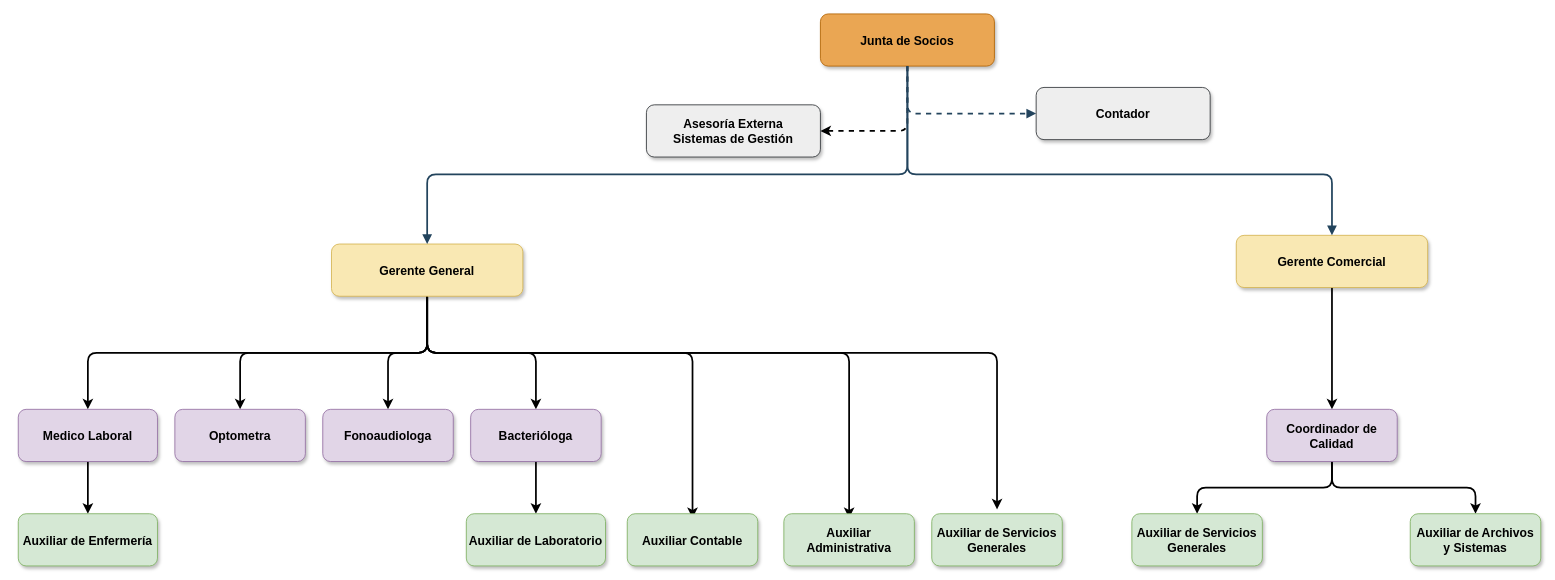
Above: Diagrama sin título.drawio in kevinjporto/Diagramas-de-procesos (draw.io), before the change. Source tidied: cells renumbered, new cells numbered last; positions are measured from the earlier drawing's top-left corner, leaving out a move shared by most shapes. Both pictures are drawn from the tidied source at 87%, with x=0, y=0 at pixel (17, 14).
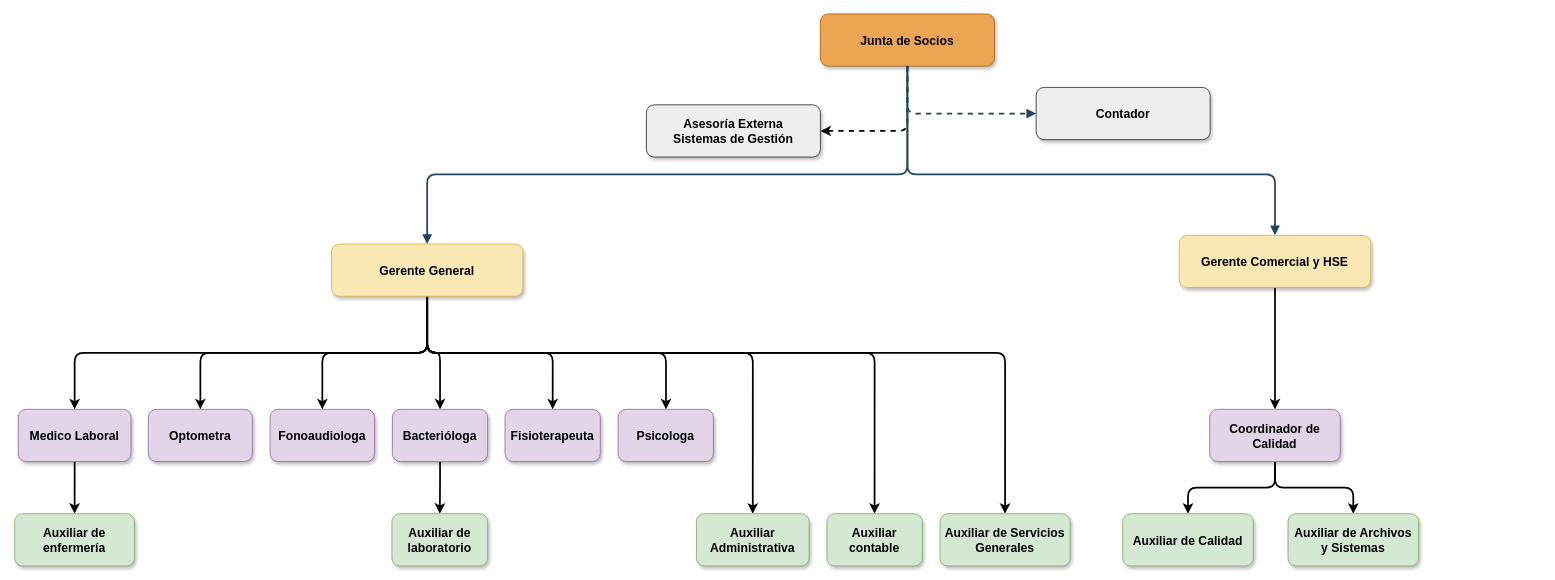
The same page after the edit.

The edit, as a diff of the source:
```diff
@@
-    <mxCell id="8" style="edgeStyle=orthogonalEdgeStyle;shape=connector;curved=0;rounded=1;orthogonalLoop=1;jettySize=auto;html=1;strokeColor=default;strokeWidth=2;align=center;verticalAlign=middle;fontFamily=Helvetica;fontSize=11;fontColor=default;labelBackgroundColor=default;endArrow=classic;entryX=0.5;entryY=0;entryDx=0;entryDy=0;" parent="1" edge="1">
-      <mxGeometry relative="1" as="geometry">
-        <mxPoint x="470.5" y="324" as="sourcePoint" />
-        <mxPoint x="775.5" y="579" as="targetPoint" />
-        <Array as="points">
-          <mxPoint x="470.5" y="389" />
-          <mxPoint x="775.5" y="389" />
-        </Array>
-      </mxGeometry>
-    </mxCell>
-    <mxCell id="9" style="edgeStyle=orthogonalEdgeStyle;shape=connector;curved=0;rounded=1;orthogonalLoop=1;jettySize=auto;html=1;entryX=0.5;entryY=0;entryDx=0;entryDy=0;strokeColor=default;strokeWidth=2;align=center;verticalAlign=middle;fontFamily=Helvetica;fontSize=11;fontColor=default;labelBackgroundColor=default;endArrow=classic;" parent="1" edge="1">
+    <mxCell id="9" style="edgeStyle=orthogonalEdgeStyle;shape=connector;curved=0;rounded=1;jettySize=auto;html=1;entryX=0.5;entryY=0;entryDx=0;entryDy=0;strokeColor=default;strokeWidth=2;align=center;verticalAlign=middle;fontFamily=Helvetica;fontSize=11;fontColor=default;labelBackgroundColor=default;endArrow=classic;" parent="1" edge="1" target="34">
       <mxGeometry relative="1" as="geometry">
         <mxPoint x="470.5" y="324" as="sourcePoint" />
-        <mxPoint x="955.5" y="579" as="targetPoint" />
         <Array as="points">
-          <mxPoint x="470.5" y="389" />
-          <mxPoint x="955.5" y="389" />
+          <mxPoint x="471" y="389" />
+          <mxPoint x="845" y="389" />
         </Array>
       </mxGeometry>
     </mxCell>
-    <mxCell id="10" style="edgeStyle=orthogonalEdgeStyle;shape=connector;curved=0;rounded=1;orthogonalLoop=1;jettySize=auto;html=1;strokeColor=default;strokeWidth=2;align=center;verticalAlign=middle;fontFamily=Helvetica;fontSize=11;fontColor=default;labelBackgroundColor=default;endArrow=classic;entryX=0.5;entryY=0;entryDx=0;entryDy=0;" parent="1" edge="1">
+    <mxCell id="10" style="edgeStyle=orthogonalEdgeStyle;shape=connector;curved=0;rounded=1;jettySize=auto;html=1;strokeColor=default;strokeWidth=2;align=center;verticalAlign=middle;fontFamily=Helvetica;fontSize=11;fontColor=default;labelBackgroundColor=default;endArrow=classic;entryX=0.5;entryY=0;entryDx=0;entryDy=0;" parent="1" edge="1" target="27">
       <mxGeometry relative="1" as="geometry">
         <mxPoint x="470.5" y="314" as="sourcePoint" />
-        <mxPoint x="1125.5" y="569" as="targetPoint" />
         <Array as="points">
-          <mxPoint x="470.5" y="389" />
-          <mxPoint x="1125.5" y="389" />
+          <mxPoint x="471" y="389" />
+          <mxPoint x="985" y="389" />
         </Array>
       </mxGeometry>
     </mxCell>
+    <mxCell id="35" style="edgeStyle=orthogonalEdgeStyle;rounded=1;jettySize=auto;html=1;strokeWidth=2;curved=0;entryX=0.5;entryY=0;entryDx=0;entryDy=0;" parent="1" edge="1" target="38">
+      <mxGeometry relative="1" as="geometry">
+        <mxPoint x="470.5" y="318" as="sourcePoint" />
+        <Array as="points">
+          <mxPoint x="471" y="389" />
+          <mxPoint x="615" y="389" />
+        </Array>
+      </mxGeometry>
+    </mxCell>
+    <mxCell id="36" style="edgeStyle=orthogonalEdgeStyle;rounded=1;jettySize=auto;html=1;strokeWidth=2;curved=0;" parent="1" edge="1" target="39">
+      <mxGeometry relative="1" as="geometry">
+        <mxPoint x="470.5" y="319" as="sourcePoint" />
+        <Array as="points">
+          <mxPoint x="471" y="389" />
+          <mxPoint x="745" y="389" />
+        </Array>
+      </mxGeometry>
+    </mxCell>
+    <mxCell id="37" style="edgeStyle=orthogonalEdgeStyle;rounded=1;jettySize=auto;html=1;curved=0;strokeWidth=2;exitX=0.5;exitY=1;exitDx=0;exitDy=0;entryX=0.5;entryY=0;entryDx=0;entryDy=0;" parent="1" edge="1" target="28">
+      <mxGeometry relative="1" as="geometry">
+        <mxPoint x="470.5" y="329" as="sourcePoint" />
+        <Array as="points">
+          <mxPoint x="471" y="389" />
+          <mxPoint x="1135" y="389" />
+        </Array>
+      </mxGeometry>
+    </mxCell>
@@
     <mxCell id="13" value="Medico Laboral" style="rounded=1;fillColor=#e1d5e7;strokeColor=#9673a6;shadow=1;fontStyle=1;fontSize=14;" parent="1" vertex="1">
-      <mxGeometry x="0.5" y="454" width="160" height="60" as="geometry" />
+      <mxGeometry x="0.5" y="454" width="129.5" height="60" as="geometry" />
     </mxCell>
     <mxCell id="14" value="Optometra" style="rounded=1;fillColor=#e1d5e7;strokeColor=#9673a6;shadow=1;fontStyle=1;fontSize=14;" parent="1" vertex="1">
-      <mxGeometry x="180.5" y="454" width="150" height="60" as="geometry" />
+      <mxGeometry x="150" y="454" width="119.5" height="60" as="geometry" />
     </mxCell>
@@
-    <mxCell id="19" value="Gerente Comercial" style="rounded=1;fillColor=light-dark(#f9e8b3, #281d00);strokeColor=#d6b656;shadow=1;gradientColor=none;fontStyle=1;fontColor=default;fontSize=14;align=center;verticalAlign=middle;fontFamily=Helvetica;" parent="1" vertex="1">
-      <mxGeometry x="1400.5" y="254" width="220" height="60" as="geometry" />
+    <mxCell id="19" value="Gerente Comercial y HSE" style="rounded=1;fillColor=light-dark(#f9e8b3, #281d00);strokeColor=#d6b656;shadow=1;gradientColor=none;fontStyle=1;fontColor=default;fontSize=14;align=center;verticalAlign=middle;fontFamily=Helvetica;" parent="1" vertex="1">
+      <mxGeometry x="1335" y="254" width="220" height="60" as="geometry" />
     </mxCell>
@@
     <mxCell id="21" value="Fonoaudiologa" style="rounded=1;fillColor=#e1d5e7;strokeColor=#9673a6;shadow=1;fontStyle=1;fontSize=14;" parent="1" vertex="1">
-      <mxGeometry x="350.5" y="454" width="150" height="60" as="geometry" />
+      <mxGeometry x="290" y="454" width="120" height="60" as="geometry" />
     </mxCell>
@@
     <mxCell id="23" value="Bacterióloga" style="rounded=1;fillColor=#e1d5e7;strokeColor=#9673a6;shadow=1;fontStyle=1;fontSize=14;" parent="1" vertex="1">
-      <mxGeometry x="520.5" y="454" width="150" height="60" as="geometry" />
+      <mxGeometry x="430.5" y="454" width="109.5" height="60" as="geometry" />
     </mxCell>
@@
-    <mxCell id="25" value="Auxiliar de Enfermería" style="rounded=1;fillColor=#d5e8d4;strokeColor=#82b366;shadow=1;fontStyle=1;fontSize=14;" parent="1" vertex="1">
-      <mxGeometry x="0.5" y="574" width="160" height="60" as="geometry" />
+    <mxCell id="25" value="Auxiliar de &#10;enfermería" style="rounded=1;fillColor=#d5e8d4;strokeColor=#82b366;shadow=1;fontStyle=1;fontSize=14;" parent="1" vertex="1">
+      <mxGeometry x="-3.6" y="574" width="137.6" height="60" as="geometry" />
     </mxCell>
-    <mxCell id="26" value="Auxiliar de Laboratorio" style="rounded=1;fillColor=#d5e8d4;strokeColor=#82b366;shadow=1;fontStyle=1;fontSize=14;" parent="1" vertex="1">
-      <mxGeometry x="515.5" y="574" width="160" height="60" as="geometry" />
+    <mxCell id="26" value="Auxiliar de &#10;laboratorio" style="rounded=1;fillColor=#d5e8d4;strokeColor=#82b366;shadow=1;fontStyle=1;fontSize=14;" parent="1" vertex="1">
+      <mxGeometry x="430" y="574" width="110" height="60" as="geometry" />
     </mxCell>
-    <mxCell id="27" value="Auxiliar Contable" style="rounded=1;fillColor=#d5e8d4;strokeColor=#82b366;shadow=1;fontStyle=1;fontSize=14;" parent="1" vertex="1">
-      <mxGeometry x="700.5" y="574" width="150" height="60" as="geometry" />
+    <mxCell id="27" value="Auxiliar &#10;contable" style="rounded=1;fillColor=#d5e8d4;strokeColor=#82b366;shadow=1;fontStyle=1;fontSize=14;" parent="1" vertex="1">
+      <mxGeometry x="930" y="574" width="109.5" height="60" as="geometry" />
     </mxCell>
     <mxCell id="28" value="Auxiliar de Servicios&#10;Generales" style="rounded=1;fillColor=#d5e8d4;strokeColor=#82b366;shadow=1;fontStyle=1;fontSize=14;" parent="1" vertex="1">
-      <mxGeometry x="1050.5" y="574" width="150" height="60" as="geometry" />
+      <mxGeometry x="1060" y="574" width="149.5" height="60" as="geometry" />
     </mxCell>
@@
     <mxCell id="31" value="Coordinador de &#10;Calidad" style="rounded=1;fillColor=#e1d5e7;strokeColor=#9673a6;shadow=1;fontStyle=1;fontSize=14;" parent="1" vertex="1">
-      <mxGeometry x="1435.5" y="454" width="150" height="60" as="geometry" />
+      <mxGeometry x="1370" y="454" width="150" height="60" as="geometry" />
     </mxCell>
-    <mxCell id="32" value="Auxiliar de Servicios&#10;Generales" style="rounded=1;fillColor=#d5e8d4;strokeColor=#82b366;shadow=1;fontStyle=1;fontSize=14;" parent="1" vertex="1">
-      <mxGeometry x="1280.5" y="574" width="150" height="60" as="geometry" />
+    <mxCell id="32" value="Auxiliar de Calidad" style="rounded=1;fillColor=#d5e8d4;strokeColor=#82b366;shadow=1;fontStyle=1;fontSize=14;" parent="1" vertex="1">
+      <mxGeometry x="1270" y="574" width="150" height="60" as="geometry" />
     </mxCell>
     <mxCell id="33" value="Auxiliar de Archivos &#10;y Sistemas" style="rounded=1;fillColor=#d5e8d4;strokeColor=#82b366;shadow=1;fontStyle=1;fontSize=14;" parent="1" vertex="1">
-      <mxGeometry x="1600.5" y="574" width="150" height="60" as="geometry" />
+      <mxGeometry x="1460" y="574" width="150" height="60" as="geometry" />
     </mxCell>
     <mxCell id="34" value="Auxiliar &#10;Administrativa" style="rounded=1;fillColor=#d5e8d4;strokeColor=#82b366;shadow=1;fontStyle=1;fontSize=14;" parent="1" vertex="1">
-      <mxGeometry x="880.5" y="574" width="150" height="60" as="geometry" />
+      <mxGeometry x="780" y="574" width="129.5" height="60" as="geometry" />
     </mxCell>
+    <mxCell id="38" value="Fisioterapeuta" style="rounded=1;fillColor=#e1d5e7;strokeColor=#9673a6;shadow=1;fontStyle=1;fontSize=14;" parent="1" vertex="1">
+      <mxGeometry x="560" y="454" width="109.5" height="60" as="geometry" />
+    </mxCell>
+    <mxCell id="39" value="Psicologa" style="rounded=1;fillColor=#e1d5e7;strokeColor=#9673a6;shadow=1;fontStyle=1;fontSize=14;" parent="1" vertex="1">
+      <mxGeometry x="690" y="454" width="109.5" height="60" as="geometry" />
+    </mxCell>
```
